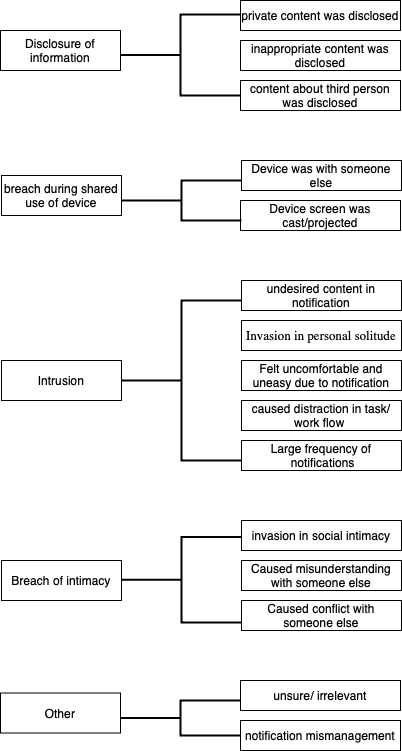
PriyankaVerma98/Smartphone-notifications-Privacy keeps this draw.io diagram as coding tree.png. Above is the earlier version. Source tidied: cells renumbered, new cells last; positions are measured from the earlier drawing's top-left corner, leaving out a move shared by most shapes.
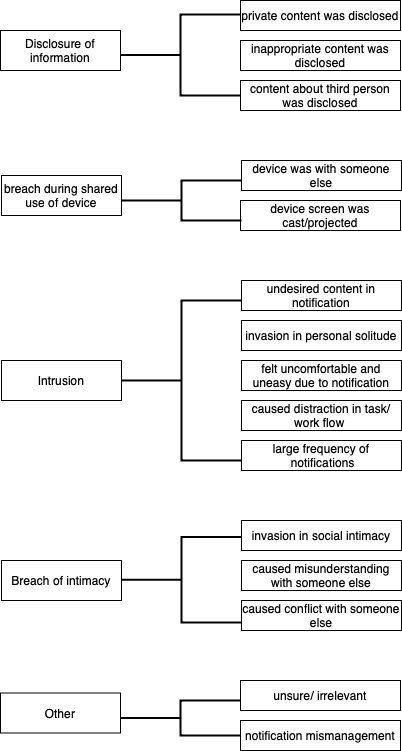
After the commit.

Change to the diagram source:
```diff
@@ -8,13 +8,13 @@
     <mxCell id="3" value="caused distraction in task/ work flow&amp;nbsp;" style="text;html=1;strokeColor=#000000;fillColor=none;align=center;verticalAlign=middle;whiteSpace=wrap;rounded=0;" parent="1" vertex="1">
       <mxGeometry x="241" y="400" width="160" height="30" as="geometry" />
     </mxCell>
-    <mxCell id="4" value="&lt;div class=&quot;page&quot; title=&quot;Page 8&quot;&gt;&lt;div class=&quot;layoutArea&quot;&gt;&lt;div class=&quot;column&quot;&gt;&lt;p&gt;&lt;font style=&quot;font-size: 12px&quot;&gt;Felt uncomfortable and uneasy due to notification&lt;/font&gt;&lt;/p&gt;&lt;/div&gt;&lt;/div&gt;&lt;/div&gt;" style="text;html=1;strokeColor=#000000;fillColor=none;align=center;verticalAlign=middle;whiteSpace=wrap;rounded=0;" parent="1" vertex="1">
+    <mxCell id="4" value="&lt;div class=&quot;page&quot; title=&quot;Page 8&quot;&gt;&lt;div class=&quot;layoutArea&quot;&gt;&lt;div class=&quot;column&quot;&gt;&lt;p&gt;&lt;font style=&quot;font-size: 12px&quot;&gt;felt uncomfortable and uneasy due to notification&lt;/font&gt;&lt;/p&gt;&lt;/div&gt;&lt;/div&gt;&lt;/div&gt;" style="text;html=1;strokeColor=#000000;fillColor=none;align=center;verticalAlign=middle;whiteSpace=wrap;rounded=0;" parent="1" vertex="1">
       <mxGeometry x="241" y="360" width="160" height="30" as="geometry" />
     </mxCell>
-    <mxCell id="5" value="&lt;div class=&quot;page&quot; title=&quot;Page 8&quot;&gt;&lt;div class=&quot;layoutArea&quot;&gt;&lt;div class=&quot;column&quot;&gt;&lt;p&gt;&lt;span style=&quot;font-family: &amp;#34;linlibertinet&amp;#34; ; font-size: 10pt&quot;&gt;Invasion in personal solitude&lt;/span&gt;&lt;span style=&quot;color: rgba(0 , 0 , 0 , 0) ; font-family: monospace ; font-size: 0px&quot;&gt;%3CmxGraphModel%3E%3Croot%3E%3CmxCell%20id%3D%220%22%2F%3E%3CmxCell%20id%3D%221%22%20parent%3D%220%22%2F%3E%3CmxCell%20id%3D%222%22%20value%3D%22%26lt%3Bdiv%20class%3D%26quot%3Bpage%26quot%3B%20title%3D%26quot%3BPage%208%26quot%3B%26gt%3B%26lt%3Bdiv%20class%3D%26quot%3BlayoutArea%26quot%3B%26gt%3B%26lt%3Bdiv%20class%3D%26quot%3Bcolumn%26quot%3B%26gt%3B%26lt%3Bp%26gt%3B%26lt%3Bspan%20style%3D%26quot%3Bfont-size%3A%2010pt%20%3B%20font-family%3A%20%26amp%3B%2334%3Blinlibertinet%26amp%3B%2334%3B%26quot%3B%26gt%3BFelt%20uncomfortable%20and%20uneasy%20due%20to%20notification%26lt%3B%2Fspan%26gt%3B%26lt%3B%2Fp%26gt%3B%26lt%3B%2Fdiv%26gt%3B%26lt%3B%2Fdiv%26gt%3B%26lt%3B%2Fdiv%26gt%3B%22%20style%3D%22text%3Bhtml%3D1%3BstrokeColor%3Dnone%3BfillColor%3Dnone%3Balign%3Dcenter%3BverticalAlign%3Dmiddle%3BwhiteSpace%3Dwrap%3Brounded%3D0%3B%22%20vertex%3D%221%22%20parent%3D%221%22%3E%3CmxGeometry%20x%3D%22410%22%20y%3D%22390%22%20width%3D%22130%22%20height%3D%2240%22%20as%3D%22geometry%22%2F%3E%3C%2FmxCell%3E%3C%2Froot%3E%3C%2FmxGraphModel%3E&lt;/span&gt;&lt;br&gt;&lt;/p&gt;&lt;/div&gt;&lt;/div&gt;&lt;/div&gt;" style="text;html=1;strokeColor=#000000;fillColor=none;align=center;verticalAlign=middle;whiteSpace=wrap;rounded=0;" parent="1" vertex="1">
+    <mxCell id="5" value="&lt;div class=&quot;page&quot; title=&quot;Page 8&quot;&gt;&lt;div class=&quot;layoutArea&quot;&gt;&lt;div class=&quot;column&quot;&gt;&lt;p&gt;invasion in personal solitude&lt;br&gt;&lt;/p&gt;&lt;/div&gt;&lt;/div&gt;&lt;/div&gt;" style="text;html=1;strokeColor=#000000;fillColor=none;align=center;verticalAlign=middle;whiteSpace=wrap;rounded=0;" parent="1" vertex="1">
       <mxGeometry x="241" y="320" width="160" height="30" as="geometry" />
     </mxCell>
-    <mxCell id="6" value="&lt;div class=&quot;page&quot; title=&quot;Page 8&quot;&gt;&lt;div class=&quot;layoutArea&quot;&gt;&lt;div class=&quot;column&quot;&gt;&lt;p&gt;&lt;font style=&quot;font-size: 12px&quot;&gt;Large frequency of &amp;nbsp;notifications&lt;/font&gt;&lt;/p&gt;&lt;/div&gt;&lt;/div&gt;&lt;/div&gt;" style="text;html=1;strokeColor=#000000;fillColor=none;align=center;verticalAlign=middle;whiteSpace=wrap;rounded=0;" parent="1" vertex="1">
+    <mxCell id="6" value="&lt;div class=&quot;page&quot; title=&quot;Page 8&quot;&gt;&lt;div class=&quot;layoutArea&quot;&gt;&lt;div class=&quot;column&quot;&gt;&lt;p&gt;&lt;font style=&quot;font-size: 12px&quot;&gt;large frequency of &amp;nbsp;notifications&lt;/font&gt;&lt;/p&gt;&lt;/div&gt;&lt;/div&gt;&lt;/div&gt;" style="text;html=1;strokeColor=#000000;fillColor=none;align=center;verticalAlign=middle;whiteSpace=wrap;rounded=0;" parent="1" vertex="1">
       <mxGeometry x="241" y="440" width="160" height="30" as="geometry" />
     </mxCell>
     <mxCell id="7" value="&lt;div class=&quot;page&quot; title=&quot;Page 8&quot;&gt;&lt;div class=&quot;layoutArea&quot;&gt;&lt;div class=&quot;column&quot;&gt;&lt;p&gt;&lt;br&gt;&lt;/p&gt;&lt;/div&gt;&lt;/div&gt;&lt;/div&gt;" style="text;html=1;strokeColor=none;fillColor=none;align=center;verticalAlign=middle;whiteSpace=wrap;rounded=0;" parent="1" vertex="1">
@@ -35,10 +35,10 @@
     <mxCell id="12" style="strokeWidth=2;html=1;shape=mxgraph.flowchart.annotation_2;align=left;labelPosition=right;" parent="1" vertex="1">
       <mxGeometry x="121" y="536.5" width="120" height="85.5" as="geometry" />
     </mxCell>
-    <mxCell id="13" value="Caused misunderstanding with someone else" style="text;html=1;strokeColor=#000000;fillColor=none;align=center;verticalAlign=middle;whiteSpace=wrap;rounded=0;" parent="1" vertex="1">
+    <mxCell id="13" value="caused misunderstanding with someone else" style="text;html=1;strokeColor=#000000;fillColor=none;align=center;verticalAlign=middle;whiteSpace=wrap;rounded=0;" parent="1" vertex="1">
       <mxGeometry x="241" y="560" width="160" height="30" as="geometry" />
     </mxCell>
-    <mxCell id="14" value="Caused conflict with someone else" style="text;html=1;strokeColor=#000000;fillColor=none;align=center;verticalAlign=middle;whiteSpace=wrap;rounded=0;" parent="1" vertex="1">
+    <mxCell id="14" value="caused conflict with someone else" style="text;html=1;strokeColor=#000000;fillColor=none;align=center;verticalAlign=middle;whiteSpace=wrap;rounded=0;" parent="1" vertex="1">
       <mxGeometry x="241" y="600" width="160" height="30" as="geometry" />
     </mxCell>
     <mxCell id="15" value="private content was disclosed" style="text;html=1;strokeColor=#000000;fillColor=none;align=center;verticalAlign=middle;whiteSpace=wrap;rounded=0;" parent="1" vertex="1">
@@ -68,10 +68,10 @@
     <mxCell id="23" style="strokeWidth=2;html=1;shape=mxgraph.flowchart.annotation_2;align=left;labelPosition=right;" parent="1" vertex="1">
       <mxGeometry x="120" y="700" width="120" height="35" as="geometry" />
     </mxCell>
-    <mxCell id="24" value="&lt;div class=&quot;page&quot; title=&quot;Page 8&quot; style=&quot;color: rgb(0 , 0 , 0) ; font-style: normal ; font-weight: normal ; letter-spacing: normal ; text-indent: 0px ; text-transform: none ; word-spacing: 0px ; text-decoration: none&quot;&gt;&lt;div class=&quot;layoutArea&quot;&gt;&lt;div class=&quot;column&quot;&gt;&lt;p&gt;&lt;font style=&quot;font-size: 12px&quot;&gt;Device was with someone else&lt;/font&gt;&lt;/p&gt;&lt;/div&gt;&lt;/div&gt;&lt;/div&gt;" style="text;html=1;strokeColor=#000000;fillColor=none;align=center;verticalAlign=middle;whiteSpace=wrap;rounded=0;" parent="1" vertex="1">
+    <mxCell id="24" value="&lt;div class=&quot;page&quot; title=&quot;Page 8&quot; style=&quot;color: rgb(0 , 0 , 0) ; font-style: normal ; font-weight: normal ; letter-spacing: normal ; text-indent: 0px ; text-transform: none ; word-spacing: 0px ; text-decoration: none&quot;&gt;&lt;div class=&quot;layoutArea&quot;&gt;&lt;div class=&quot;column&quot;&gt;&lt;p&gt;&lt;font style=&quot;font-size: 12px&quot;&gt;device was with someone else&lt;/font&gt;&lt;/p&gt;&lt;/div&gt;&lt;/div&gt;&lt;/div&gt;" style="text;html=1;strokeColor=#000000;fillColor=none;align=center;verticalAlign=middle;whiteSpace=wrap;rounded=0;" parent="1" vertex="1">
       <mxGeometry x="241" y="160" width="160" height="30" as="geometry" />
     </mxCell>
-    <mxCell id="25" value="&lt;div class=&quot;page&quot; title=&quot;Page 8&quot; style=&quot;color: rgb(0 , 0 , 0) ; font-style: normal ; font-weight: normal ; letter-spacing: normal ; text-indent: 0px ; text-transform: none ; word-spacing: 0px ; text-decoration: none&quot;&gt;&lt;div class=&quot;layoutArea&quot;&gt;&lt;div class=&quot;column&quot;&gt;&lt;div class=&quot;page&quot; title=&quot;Page 8&quot;&gt;&lt;div class=&quot;layoutArea&quot;&gt;&lt;div class=&quot;column&quot;&gt;&lt;p&gt;&lt;font style=&quot;font-size: 12px&quot;&gt;Device screen was cast/projected&lt;/font&gt;&lt;/p&gt;&lt;/div&gt;&lt;/div&gt;&lt;/div&gt;&lt;/div&gt;&lt;/div&gt;&lt;/div&gt;" style="text;html=1;strokeColor=#000000;fillColor=none;align=center;verticalAlign=middle;whiteSpace=wrap;rounded=0;" parent="1" vertex="1">
+    <mxCell id="25" value="&lt;div class=&quot;page&quot; title=&quot;Page 8&quot; style=&quot;color: rgb(0 , 0 , 0) ; font-style: normal ; font-weight: normal ; letter-spacing: normal ; text-indent: 0px ; text-transform: none ; word-spacing: 0px ; text-decoration: none&quot;&gt;&lt;div class=&quot;layoutArea&quot;&gt;&lt;div class=&quot;column&quot;&gt;&lt;div class=&quot;page&quot; title=&quot;Page 8&quot;&gt;&lt;div class=&quot;layoutArea&quot;&gt;&lt;div class=&quot;column&quot;&gt;&lt;p&gt;&lt;font style=&quot;font-size: 12px&quot;&gt;device screen was cast/projected&lt;/font&gt;&lt;/p&gt;&lt;/div&gt;&lt;/div&gt;&lt;/div&gt;&lt;/div&gt;&lt;/div&gt;&lt;/div&gt;" style="text;html=1;strokeColor=#000000;fillColor=none;align=center;verticalAlign=middle;whiteSpace=wrap;rounded=0;" parent="1" vertex="1">
       <mxGeometry x="240" y="200" width="160" height="30" as="geometry" />
     </mxCell>
     <mxCell id="26" style="strokeWidth=2;html=1;shape=mxgraph.flowchart.annotation_2;align=left;labelPosition=right;" parent="1" vertex="1">
```
